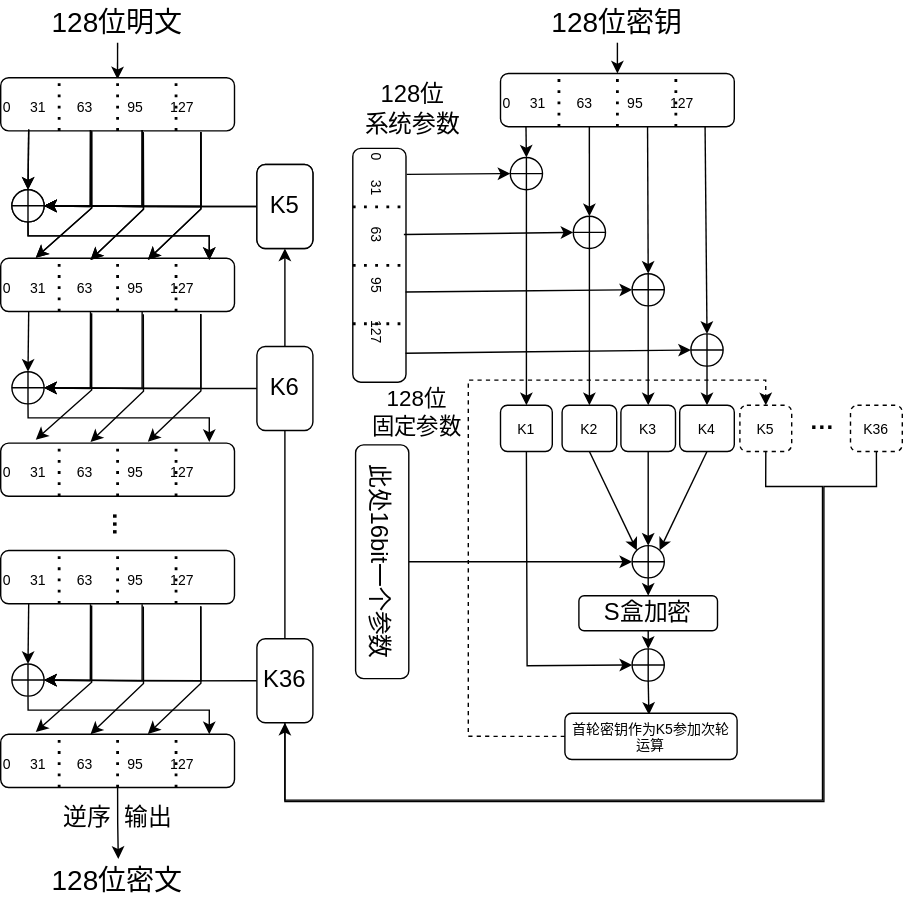
LearningPawn/OpenCharts keeps this draw.io diagram as SM4原理介绍.drawio.svg. Above is the earlier version. Source tidied: cells renumbered, new cells last; positions are measured from the earlier drawing's top-left corner, leaving out a move shared by most shapes.
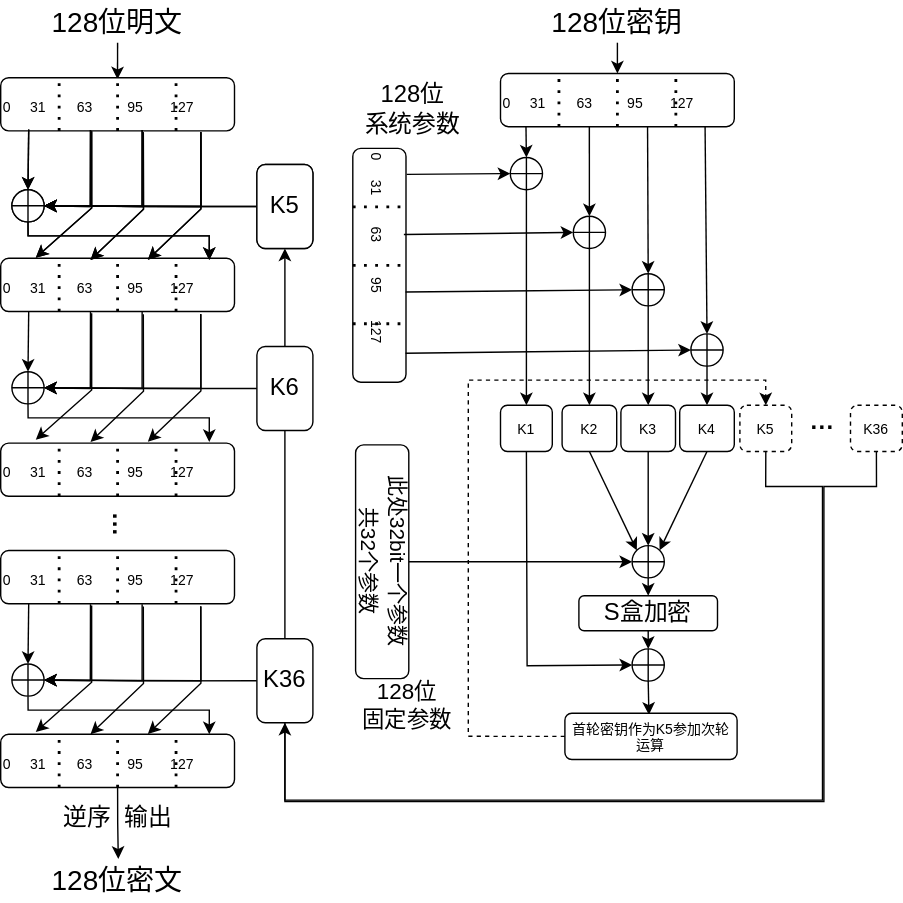
Later version of the same file.

Commit message:
更新SM4原理介绍.drawio.svg

Change to the diagram source:
```diff
@@ -141,11 +141,11 @@
     <mxCell id="44" style="rounded=1;whiteSpace=wrap;html=1;fontSize=20;rotation=90;" parent="1" vertex="1">
       <mxGeometry x="189" y="381.8" width="167" height="38" as="geometry" />
     </mxCell>
-    <mxCell id="45" value="&lt;font style=&quot;font-size: 17px;&quot;&gt;此处16bit一个参数&lt;/font&gt;" style="text;html=1;strokeColor=none;fillColor=none;align=center;verticalAlign=middle;whiteSpace=wrap;rounded=0;fontSize=17;rotation=90;" parent="1" vertex="1">
-      <mxGeometry x="182" y="392.8" width="177" height="16" as="geometry" />
+    <mxCell id="45" value="&lt;font style=&quot;font-size: 15px; line-height: 0.9;&quot;&gt;此处32bit一个参数&lt;br&gt;共32个参数&lt;/font&gt;" style="text;html=1;strokeColor=none;fillColor=none;align=center;verticalAlign=middle;whiteSpace=wrap;rounded=0;fontSize=17;rotation=90;" parent="1" vertex="1">
+      <mxGeometry x="185.4" y="396.1" width="177" height="9.2" as="geometry" />
     </mxCell>
     <mxCell id="46" value="&lt;font style=&quot;font-size: 16px;&quot;&gt;128位&lt;br&gt;固定参数&lt;/font&gt;" style="text;html=1;strokeColor=none;fillColor=none;align=center;verticalAlign=middle;whiteSpace=wrap;rounded=0;" parent="1" vertex="1">
-      <mxGeometry x="238" y="279" width="119" height="30" as="geometry" />
+      <mxGeometry x="231" y="488" width="119" height="30" as="geometry" />
     </mxCell>
     <mxCell id="47" style="shape=orEllipse;perimeter=ellipsePerimeter;whiteSpace=wrap;html=1;backgroundOutline=1;fontSize=10;" parent="1" vertex="1">
       <mxGeometry x="451" y="389.2" width="23" height="23" as="geometry" />
```
